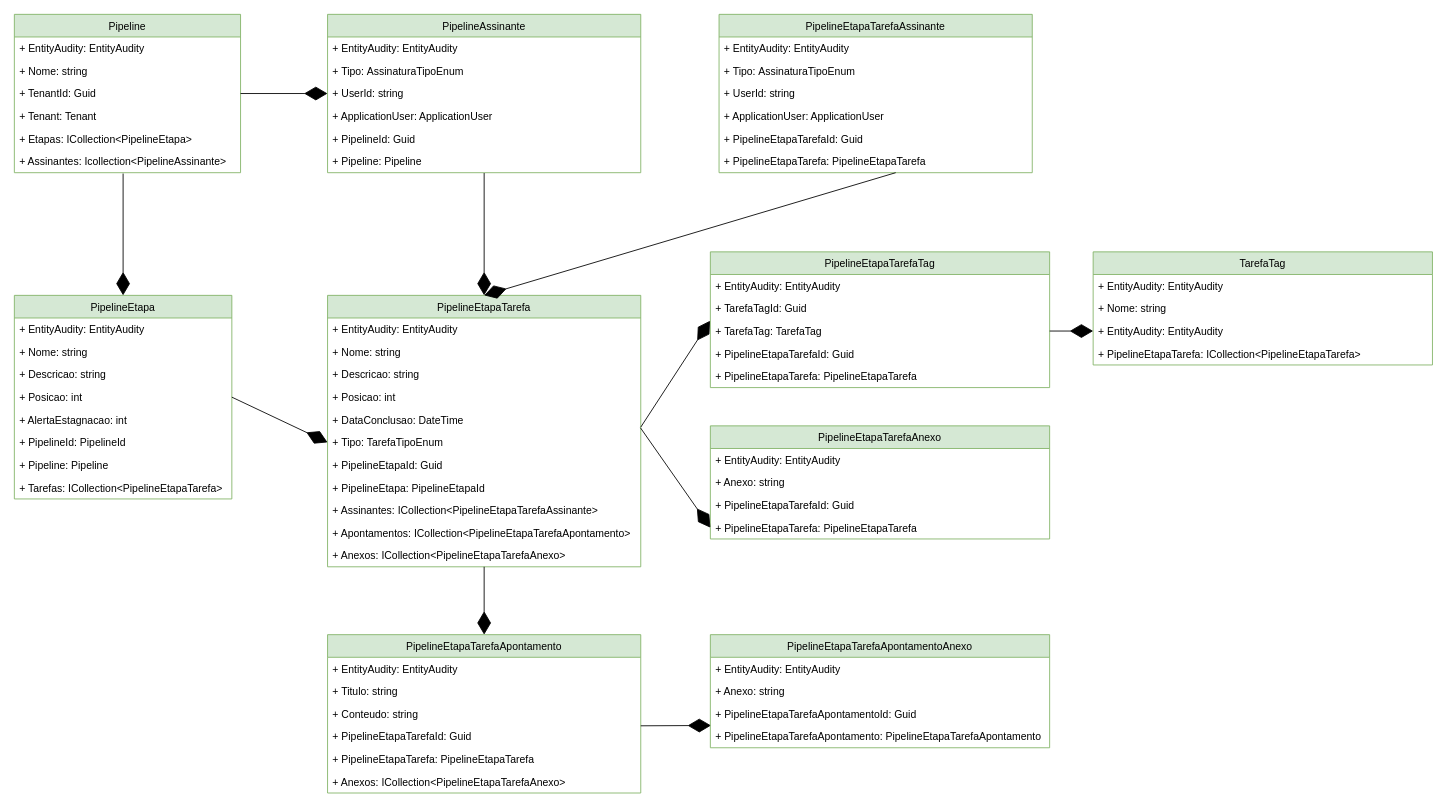
This is docs/Composição entidade Pipeline e suas relações.drawio from sigespweb22/boxapp-api, a draw.io file, before an edit. Source tidied: cells renumbered, new cells numbered last; positions are measured from the earlier drawing's top-left corner, leaving out a move shared by most shapes. Both pictures are drawn from the tidied source at 87%, with x=0, y=0 at pixel (14, 14).
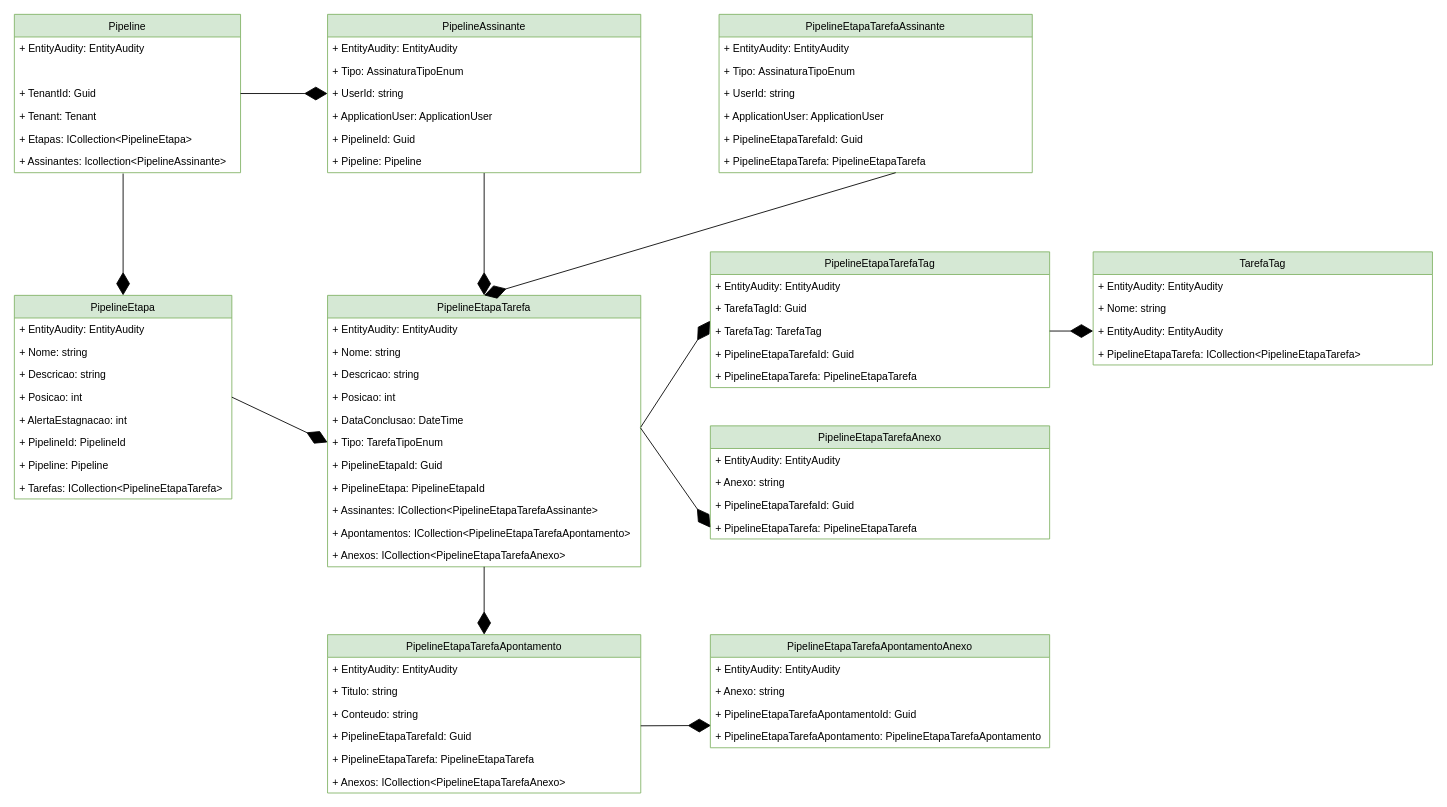
After the change.

The change refers to these unchanged cells:
```xml
<mxCell id="2" value="Pipeline" style="swimlane;fontStyle=0;horizontal=1;startSize=26;fillColor=#d5e8d4;strokeColor=#82b366;" parent="1" vertex="1">
  <mxGeometry width="260" height="182" as="geometry" />
</mxCell>
```

What changed in the source:
```diff
@@
-    <mxCell id="4" value="+ Nome: string" style="text;strokeColor=none;fillColor=none;align=left;verticalAlign=top;spacingLeft=4;spacingRight=4;overflow=hidden;" parent="2" vertex="1">
+    <mxCell id="4" value=" " style="text;strokeColor=none;fillColor=none;align=left;verticalAlign=top;spacingLeft=4;spacingRight=4;overflow=hidden;" parent="2" vertex="1">
       <mxGeometry y="52" width="260" height="26" as="geometry" />
     </mxCell>
```
